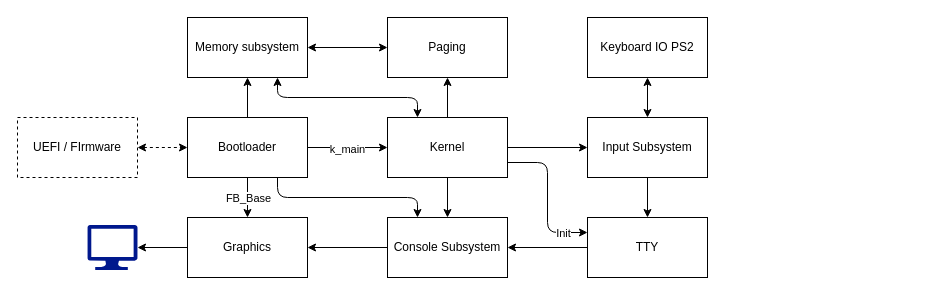
Above: systems.dio in TheBigBlockPC/CustomOS_x86 (draw.io), before the change. Source tidied: cells renumbered, new cells numbered last; positions are measured from the earlier drawing's top-left corner, leaving out a move shared by most shapes. Both pictures are drawn from the tidied source at 100%, with x=0, y=0 at pixel (17, 17).
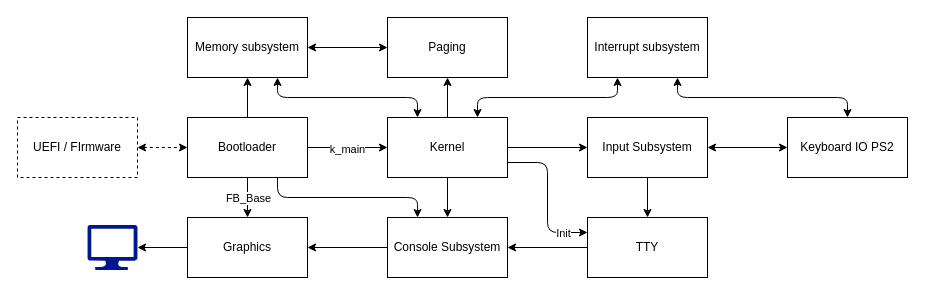
Above is the later version.

The change refers to these unchanged cells:
```xml
<mxCell id="3" value="Input Subsystem" style="rounded=0;whiteSpace=wrap;html=1;" parent="1" vertex="1">
  <mxGeometry x="570" y="100" width="120" height="60" as="geometry" />
</mxCell>
<mxCell id="11" value="Kernel" style="rounded=0;whiteSpace=wrap;html=1;" parent="1" vertex="1">
  <mxGeometry x="370" y="100" width="120" height="60" as="geometry" />
</mxCell>
```

Diff of the diagram source:
```diff
@@
     <mxCell id="16" value="Keyboard IO PS2" style="rounded=0;whiteSpace=wrap;html=1;" parent="1" vertex="1">
-      <mxGeometry x="570" width="120" height="60" as="geometry" />
+      <mxGeometry x="770" y="100" width="120" height="60" as="geometry" />
     </mxCell>
@@
-    <mxCell id="27" style="endArrow=classic;startArrow=classic;html=1;entryX=0.5;entryY=1;entryDx=0;entryDy=0;exitX=0.5;exitY=0;exitDx=0;exitDy=0;" parent="1" edge="1" source="3" target="16">
-      <mxGeometry relative="1" as="geometry" />
-    </mxCell>
@@
+    <mxCell id="27" style="endArrow=classic;startArrow=classic;html=1;exitX=1;exitY=0.5;exitDx=0;exitDy=0;entryX=0;entryY=0.5;entryDx=0;entryDy=0;" parent="1" edge="1" source="3" target="16">
+      <mxGeometry relative="1" as="geometry" />
+    </mxCell>
+    <mxCell id="32" value="Interrupt subsystem" style="rounded=0;whiteSpace=wrap;html=1;" parent="1" vertex="1">
+      <mxGeometry x="570" width="120" height="60" as="geometry" />
+    </mxCell>
+    <mxCell id="33" style="endArrow=classic;startArrow=classic;html=1;exitX=0.75;exitY=0;exitDx=0;exitDy=0;entryX=0.25;entryY=1;entryDx=0;entryDy=0;" parent="1" edge="1" source="11" target="32">
+      <mxGeometry relative="1" as="geometry">
+        <Array as="points">
+          <mxPoint x="460" y="80" />
+          <mxPoint x="600" y="80" />
+        </Array>
+      </mxGeometry>
+    </mxCell>
+    <mxCell id="34" style="endArrow=classic;startArrow=classic;html=1;exitX=0.75;exitY=1;exitDx=0;exitDy=0;entryX=0.5;entryY=0;entryDx=0;entryDy=0;" parent="1" edge="1" source="32" target="16">
+      <mxGeometry relative="1" as="geometry">
+        <Array as="points">
+          <mxPoint x="660" y="80" />
+          <mxPoint x="830" y="80" />
+        </Array>
+      </mxGeometry>
+    </mxCell>
```
